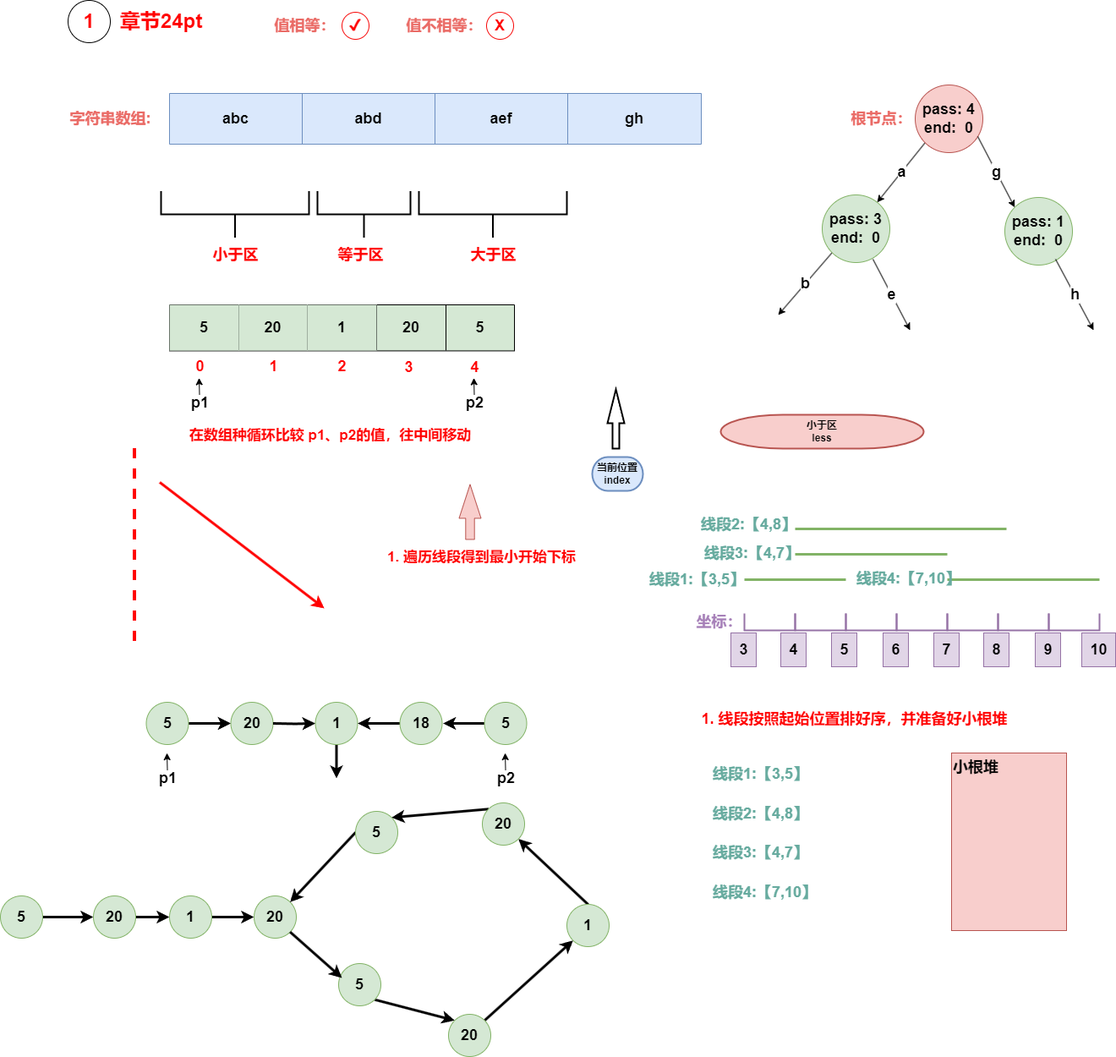
Before: algrithem/style_composite.drawio.png, a diagram exported from draw.io (muxicode/c153080686). Source tidied: cells renumbered, new cells last; positions are measured from the earlier drawing's top-left corner, leaving out a move shared by most shapes.
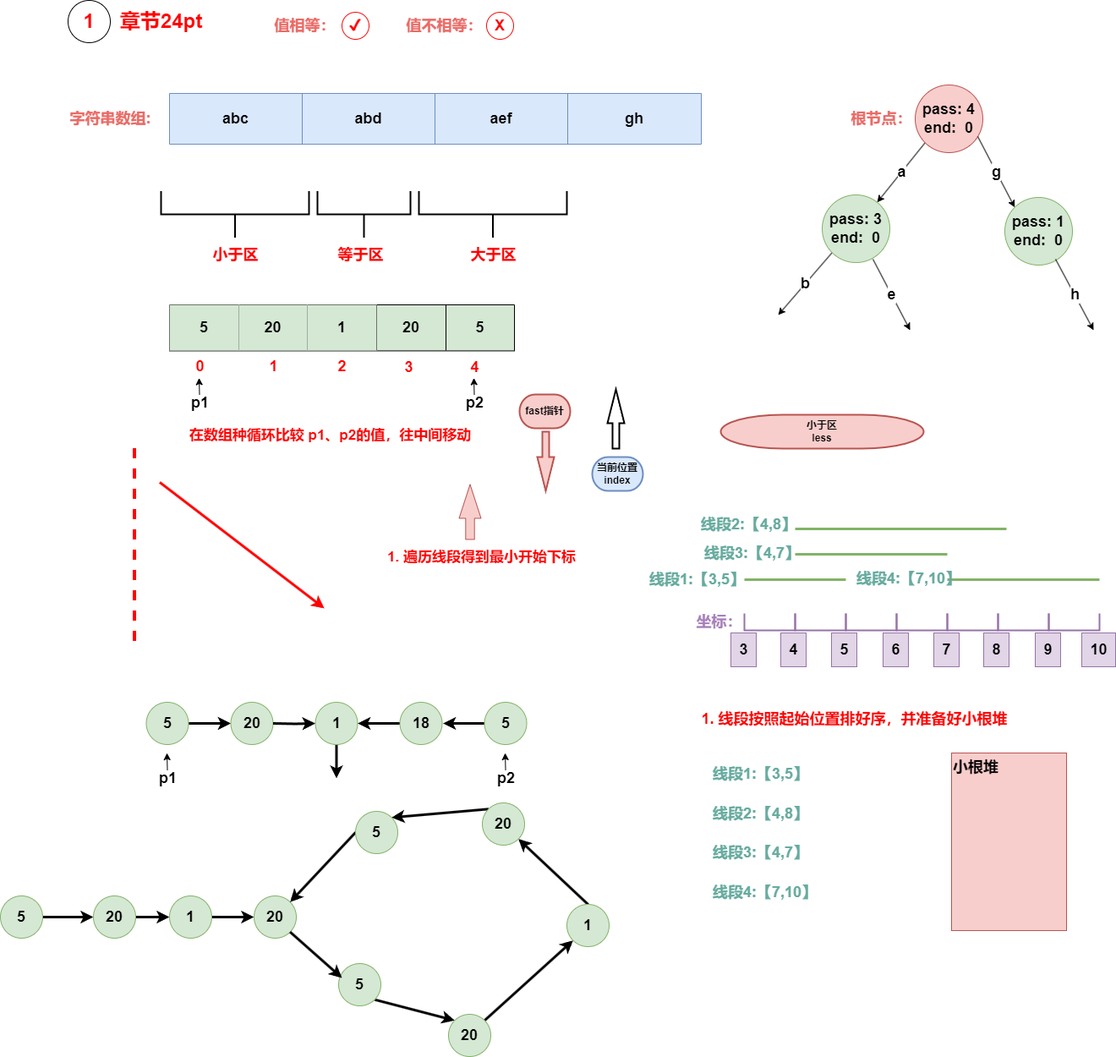
After the change.

Change to the diagram source:
```diff
@@ -390,5 +390,11 @@
     <mxCell id="115" style="rounded=0;jettySize=auto;html=1;exitX=1;exitY=1;exitDx=0;exitDy=0;entryX=0.08;entryY=0.34;entryDx=0;entryDy=0;entryPerimeter=0;strokeWidth=3;" parent="1" edge="1" source="104" target="106">
       <mxGeometry relative="1" as="geometry" />
     </mxCell>
+    <mxCell id="116" value="fast指针" style="strokeWidth=2;html=1;shape=mxgraph.flowchart.terminator;whiteSpace=wrap;fillColor=#f8cecc;strokeColor=#b85450;fontStyle=1;" parent="1" vertex="1">
+      <mxGeometry x="614" y="466" width="60" height="40" as="geometry" />
+    </mxCell>
+    <mxCell id="117" style="verticalLabelPosition=bottom;verticalAlign=top;html=1;strokeWidth=2;shape=mxgraph.arrows2.arrow;dy=0.6;dx=40;notch=0;direction=south;fillColor=#f8cecc;strokeColor=#b85450;" parent="1" vertex="1">
+      <mxGeometry x="635" y="510" width="20" height="70" as="geometry" />
+    </mxCell>
   </root>
 </mxGraphModel>
```
